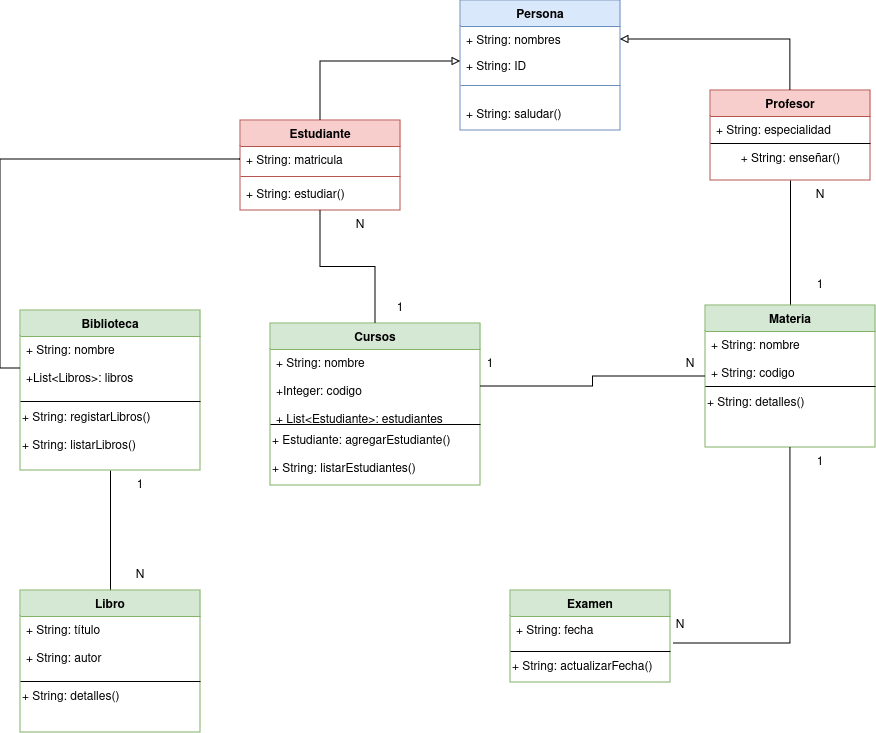
Above: gestion-academica.drawio.png in Santyew/gestion-academica (draw.io), before the change. Source tidied: cells renumbered, new cells last; positions are measured from the earlier drawing's top-left corner, leaving out a move shared by most shapes.
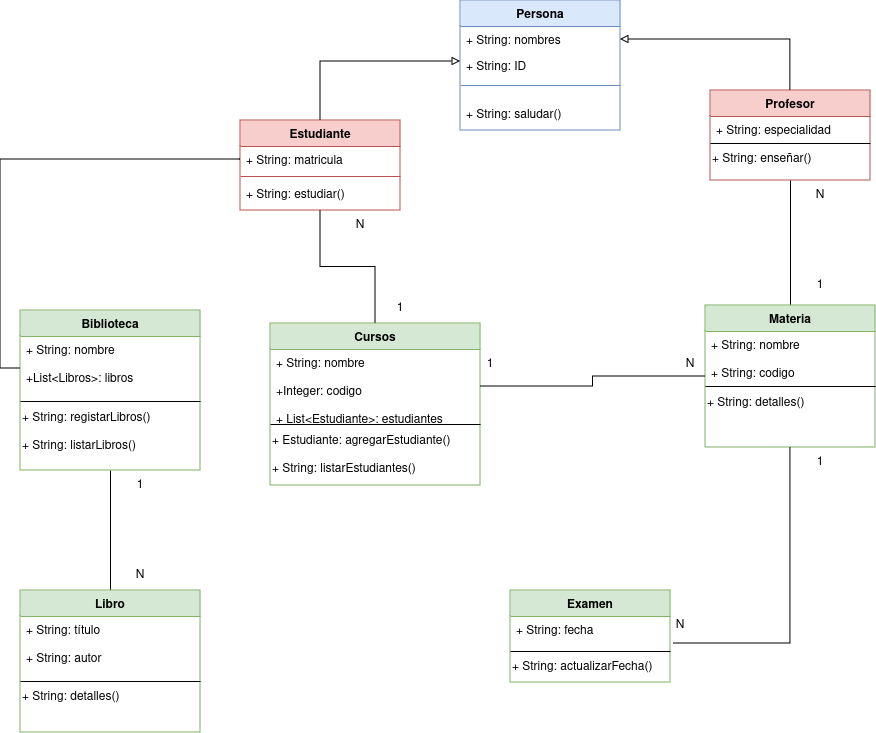
The same file after the commit.

The edit, as a diff of the source:
```diff
@@ -44,7 +44,7 @@
     <mxCell id="15" style="line;html=1;strokeWidth=1;align=left;verticalAlign=middle;spacingTop=-1;spacingLeft=3;spacingRight=3;labelPosition=right;fillColor=none;" parent="13" vertex="1">
       <mxGeometry y="52" width="160" height="2" as="geometry" />
     </mxCell>
-    <mxCell id="16" value="+ String: enseñar()" style="text;html=1;align=center;verticalAlign=middle;fillColor=none;" parent="13" vertex="1">
+    <mxCell id="16" value="&lt;div align=&quot;left&quot;&gt;+ String: enseñar()&lt;/div&gt;" style="text;html=1;align=left;verticalAlign=middle;fillColor=none;" parent="13" vertex="1">
       <mxGeometry y="54" width="160" height="30" as="geometry" />
     </mxCell>
     <mxCell id="17" style="edgeStyle=orthogonalEdgeStyle;rounded=0;jettySize=auto;html=1;entryX=0.5;entryY=1;entryDx=0;entryDy=0;endArrow=none;endFill=0;" parent="1" edge="1" source="18" target="8">
```
